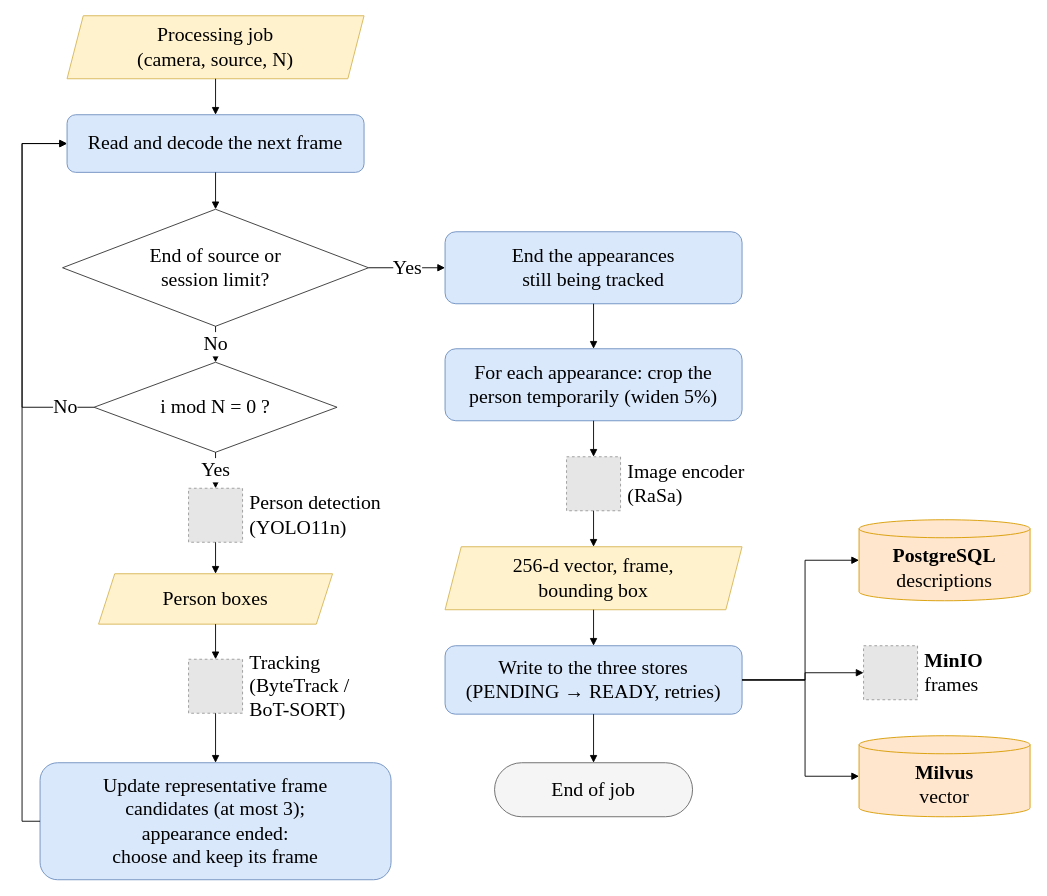
This is report/thesis-en/figures/H3-luu-do-xu-ly-camera.drawio from huy-nguyencong/capstone_project_new, a draw.io file, before an edit. Source tidied: cells renumbered, new cells numbered last; positions are measured from the earlier drawing's top-left corner, leaving out a move shared by most shapes. Both pictures are drawn from the tidied source at 90%, with x=0, y=0 at pixel (22, 15). Pictures stored in the file or linked from it are replaced by grey dashed boxes.
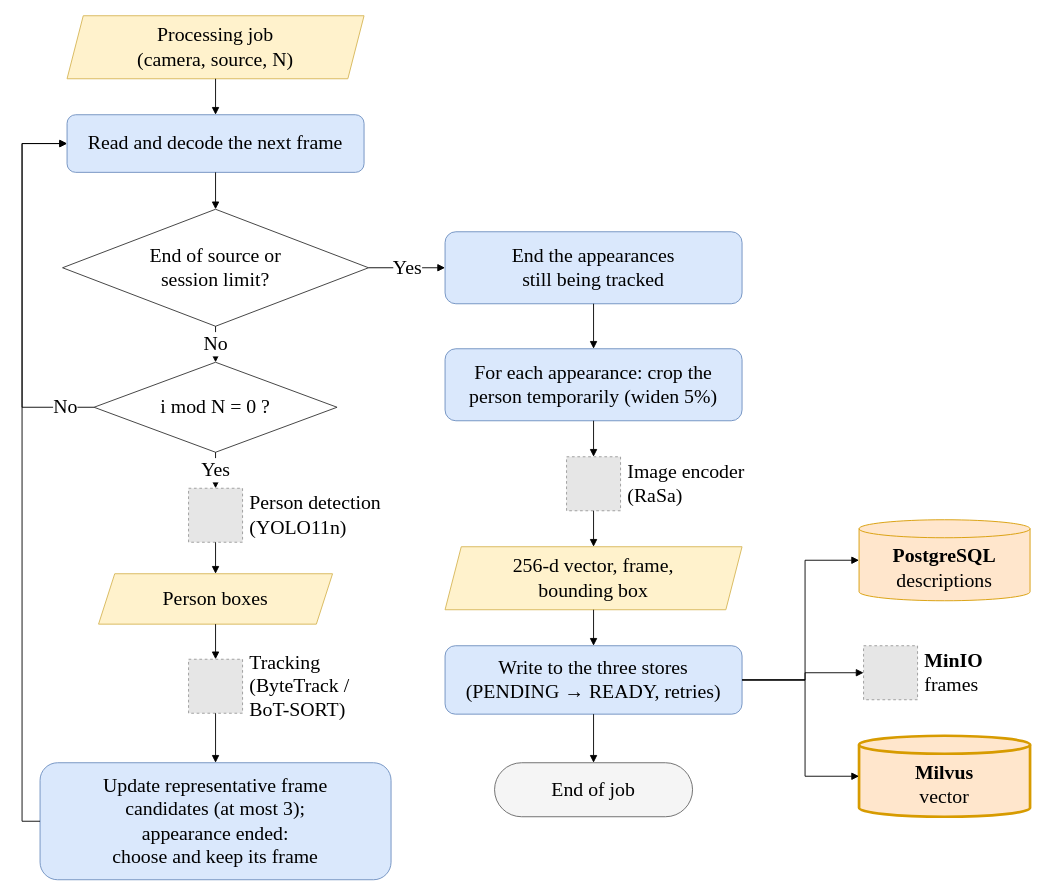
The same page after the edit.

Change to the diagram source:
```diff
@@
-    <mxCell id="18" value="&lt;b&gt;Milvus&lt;/b&gt;&lt;br&gt;vector" style="shape=cylinder3;whiteSpace=wrap;html=1;boundedLbl=1;size=10;fillColor=#FFE6CC;strokeColor=#D79B00;fontFamily=Times New Roman;fontSize=22;" parent="1" vertex="1">
+    <mxCell id="18" value="&lt;b&gt;Milvus&lt;/b&gt;&lt;br&gt;vector" style="shape=cylinder3;whiteSpace=wrap;html=1;boundedLbl=1;size=10;fillColor=#FFE6CC;strokeColor=#D79B00;strokeWidth=3;fontFamily=Times New Roman;fontSize=22;" parent="1" vertex="1">
       <mxGeometry x="930" y="800" width="190" height="90" as="geometry" />
     </mxCell>
```
